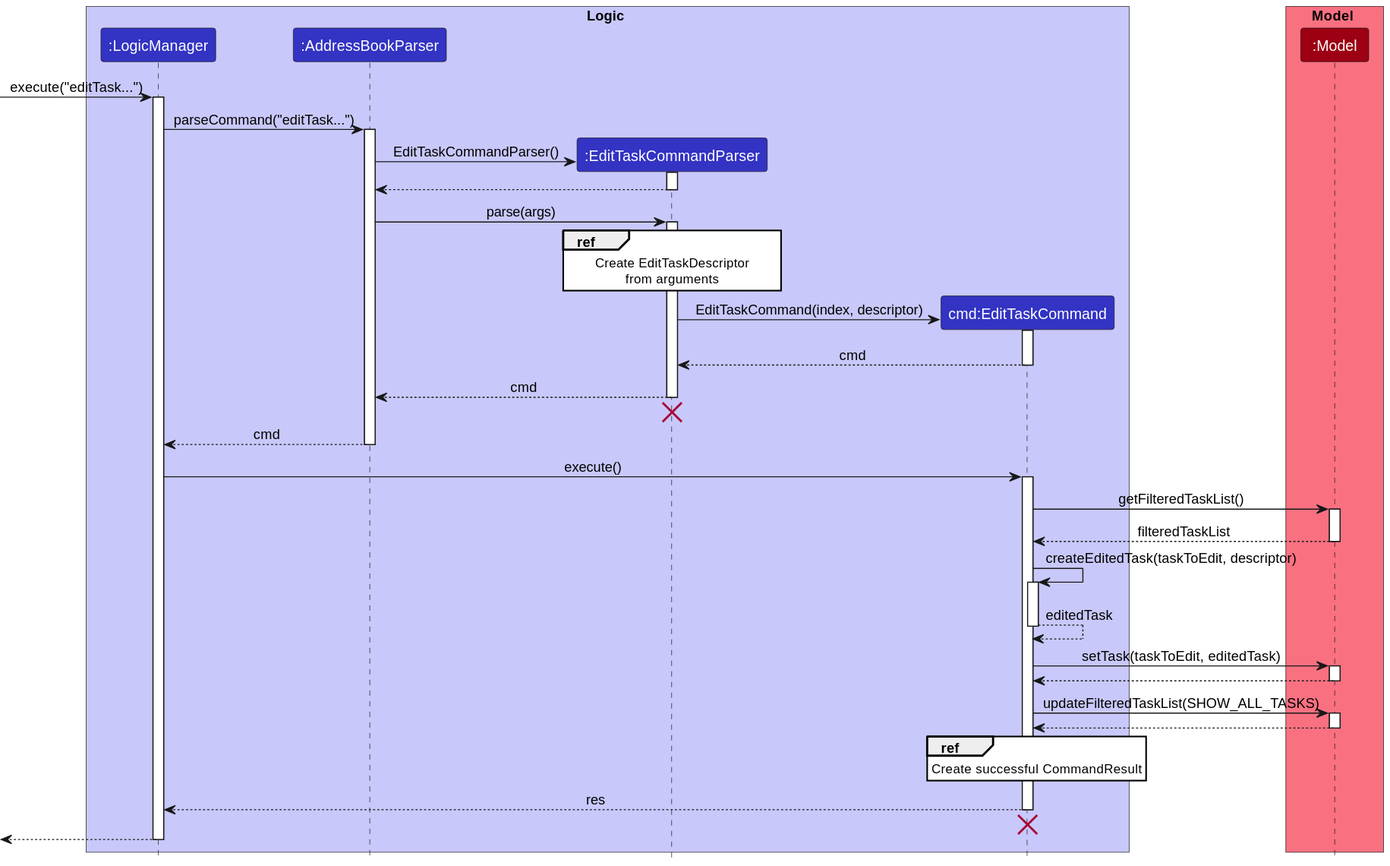
Earlier version of the PlantUML export docs/assets/svg/dg/EditTaskSequenceDiagram.svg (pra-navi/tp).
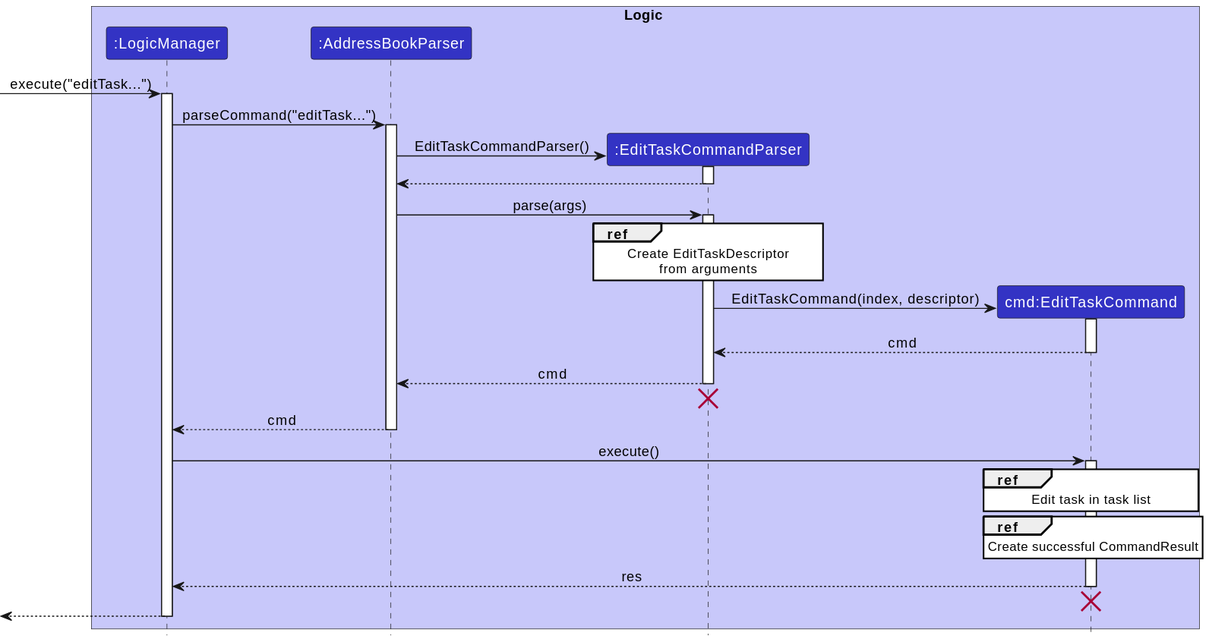
Above is the later version.

Diff of the diagram source:
```diff
@@ -8,10 +8,6 @@
 participant ":AddressBookParser" as AddressBookParser LOGIC_COLOR
 participant ":EditTaskCommandParser" as EditTaskCommandParser LOGIC_COLOR
 participant "cmd:EditTaskCommand" as EditTaskCommand LOGIC_COLOR
-end box
-
-box Model MODEL_COLOR_T1
-participant ":Model" as Model MODEL_COLOR
 end box
 
 [-> LogicManager : execute("editTask...")
@@ -50,26 +46,7 @@
 LogicManager -> EditTaskCommand : execute()
 activate EditTaskCommand
 
-EditTaskCommand -> Model : getFilteredTaskList()
-activate Model
-
-Model --> EditTaskCommand : filteredTaskList
-deactivate Model
-
-EditTaskCommand -> EditTaskCommand : createEditedTask(taskToEdit, descriptor)
-activate EditTaskCommand
-EditTaskCommand --> EditTaskCommand : editedTask
-deactivate EditTaskCommand
-
-EditTaskCommand -> Model : setTask(taskToEdit, editedTask)
-activate Model
-Model --> EditTaskCommand
-deactivate Model
-
-EditTaskCommand -> Model : updateFilteredTaskList(SHOW_ALL_TASKS)
-activate Model
-Model --> EditTaskCommand
-deactivate Model
+ref over EditTaskCommand: Edit task in task list
 
 ref over EditTaskCommand: Create successful CommandResult
 
```
